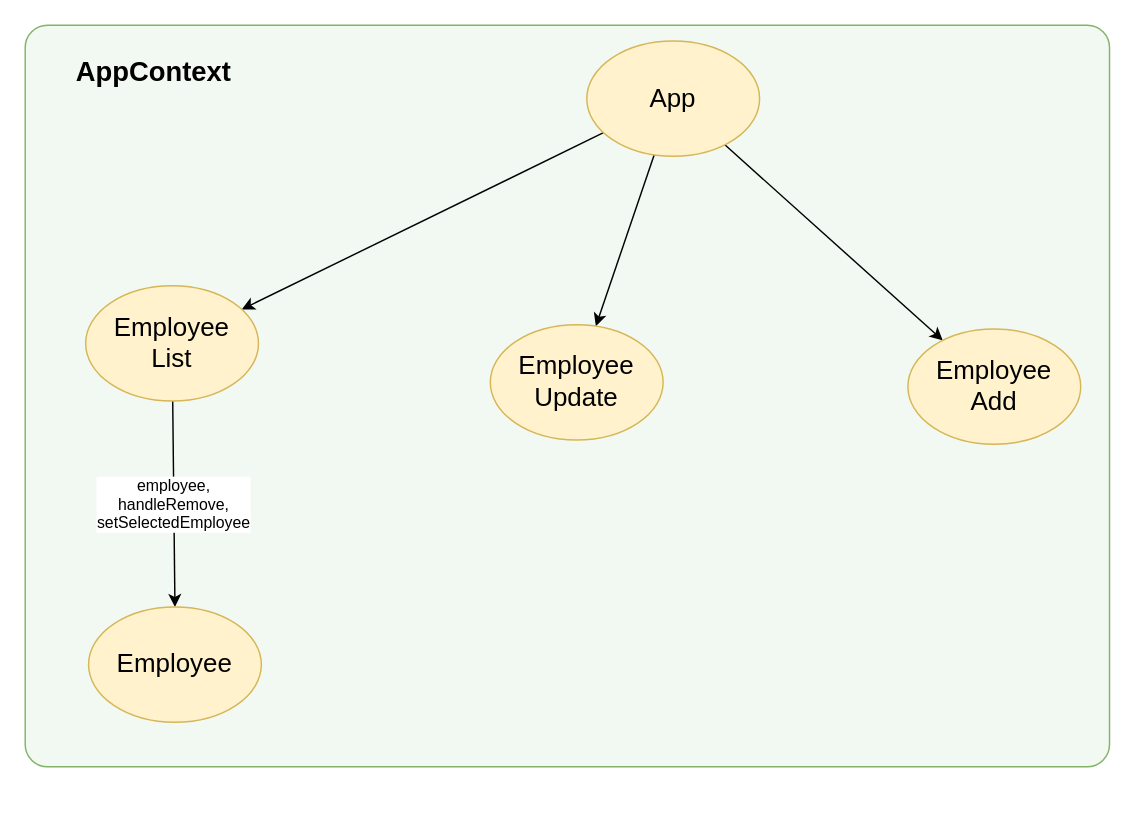
Earlier version of the draw.io diagram page "AppGraph (React)" (2 of 8) of Drawing.drawio (zcomert/java-mysql-react-full-stack-employee-spa). Source tidied: cells renumbered, new cells numbered last; positions are measured from the earlier drawing's top-left corner, leaving out a move shared by most shapes. Both pictures are drawn from the tidied source at 144%, with x=0, y=0 at pixel (24, 24).
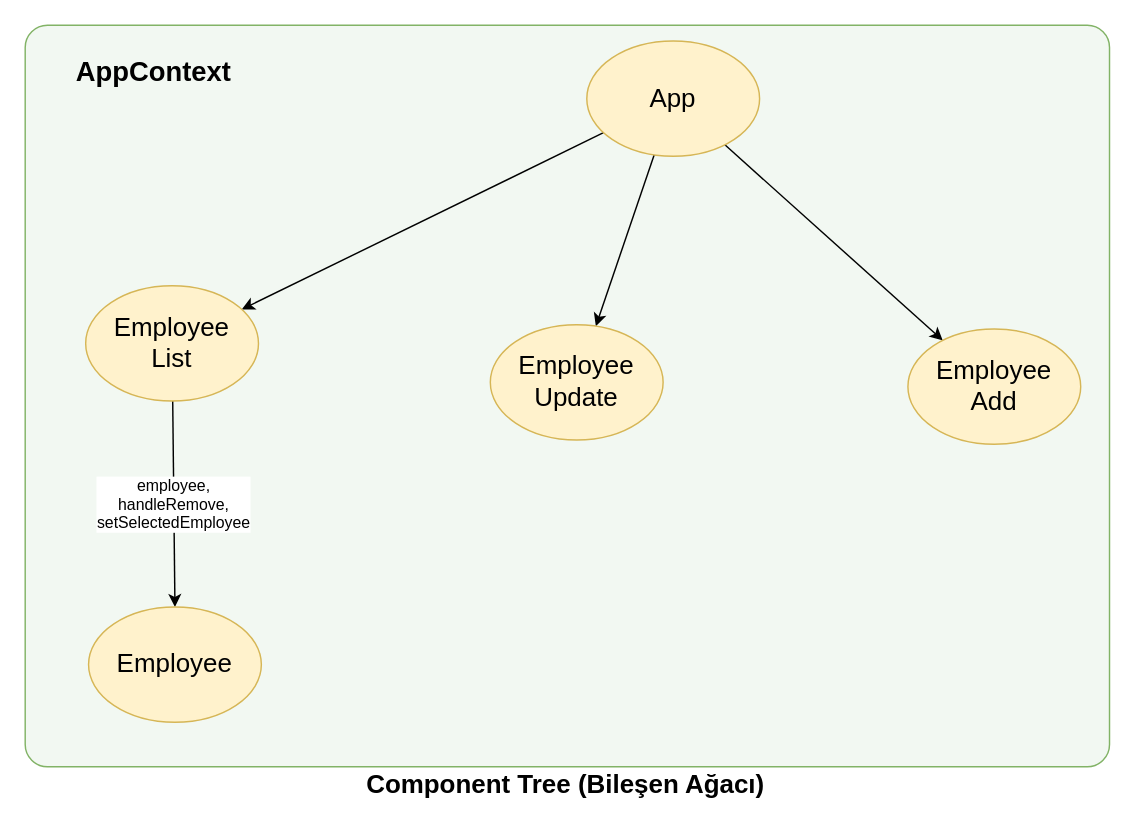
After the change.

Diff of the diagram source:
```diff
@@
 <mxGraphModel>
   <root>
     <mxCell id="0" />
     <mxCell id="1" parent="0" />
     <mxCell id="2" style="rounded=1;whiteSpace=wrap;html=1;align=left;arcSize=3;fillColor=#d5e8d4;strokeColor=#82b366;fillOpacity=30;" parent="1" vertex="1">
       <mxGeometry width="753" height="515" as="geometry" />
     </mxCell>
     <mxCell id="3" style="rounded=0;jettySize=auto;html=1;fontSize=11;" parent="1" edge="1" source="6" target="8">
       <mxGeometry relative="1" as="geometry" />
     </mxCell>
     <mxCell id="4" style="edgeStyle=none;rounded=0;jettySize=auto;html=1;strokeWidth=1;fontSize=11;" parent="1" edge="1" source="6" target="10">
       <mxGeometry relative="1" as="geometry" />
     </mxCell>
     <mxCell id="5" style="edgeStyle=none;rounded=0;jettySize=auto;html=1;strokeWidth=1;fontSize=11;" parent="1" edge="1" source="6" target="11">
       <mxGeometry x="0.07" y="-5" relative="1" as="geometry" />
     </mxCell>
     <mxCell id="6" value="App" style="ellipse;whiteSpace=wrap;html=1;fontSize=18;fillColor=#fff2cc;strokeColor=#d6b656;" parent="1" vertex="1">
       <mxGeometry x="390" y="11" width="120" height="80" as="geometry" />
     </mxCell>
     <mxCell id="7" value="employee, &lt;br style=&quot;font-size: 11px;&quot;&gt;handleRemove,&lt;br style=&quot;font-size: 11px;&quot;&gt;&lt;span style=&quot;font-size: 11px;&quot;&gt;setSelectedEmployee&lt;/span&gt;" style="edgeStyle=none;rounded=0;jettySize=auto;html=1;entryX=0.5;entryY=0;entryDx=0;entryDy=0;fontSize=11;" parent="1" edge="1" source="8" target="9">
       <mxGeometry relative="1" as="geometry" />
     </mxCell>
     <mxCell id="8" value="Employee&lt;br&gt;List" style="ellipse;whiteSpace=wrap;html=1;fontSize=18;fillColor=#fff2cc;strokeColor=#d6b656;" parent="1" vertex="1">
       <mxGeometry x="42" y="181" width="120" height="80" as="geometry" />
     </mxCell>
     <mxCell id="9" value="Employee" style="ellipse;whiteSpace=wrap;html=1;fontSize=18;fillColor=#fff2cc;strokeColor=#d6b656;" parent="1" vertex="1">
       <mxGeometry x="44" y="404" width="120" height="80" as="geometry" />
     </mxCell>
     <mxCell id="10" value="Employee&lt;br&gt;Add" style="ellipse;whiteSpace=wrap;html=1;fontSize=18;fillColor=#fff2cc;strokeColor=#d6b656;" parent="1" vertex="1">
       <mxGeometry x="613" y="211" width="120" height="80" as="geometry" />
     </mxCell>
     <mxCell id="11" value="Employee&lt;br&gt;Update" style="ellipse;whiteSpace=wrap;html=1;fontSize=18;fillColor=#fff2cc;strokeColor=#d6b656;" parent="1" vertex="1">
       <mxGeometry x="323" y="208" width="120" height="80" as="geometry" />
     </mxCell>
     <mxCell id="12" value="AppContext" style="text;html=1;strokeColor=none;fillColor=none;align=center;verticalAlign=middle;whiteSpace=wrap;rounded=0;fontStyle=1;fontSize=19;" parent="1" vertex="1">
       <mxGeometry x="25" y="16" width="129" height="33" as="geometry" />
     </mxCell>
+    <mxCell id="13" value="&lt;b&gt;&lt;font style=&quot;font-size: 18px&quot;&gt;Component Tree (Bileşen Ağacı)&lt;/font&gt;&lt;/b&gt;" style="text;html=1;strokeColor=none;fillColor=none;align=center;verticalAlign=middle;whiteSpace=wrap;rounded=0;" parent="1" vertex="1">
+      <mxGeometry y="518" width="751" height="20" as="geometry" />
+    </mxCell>
   </root>
 </mxGraphModel>
```
